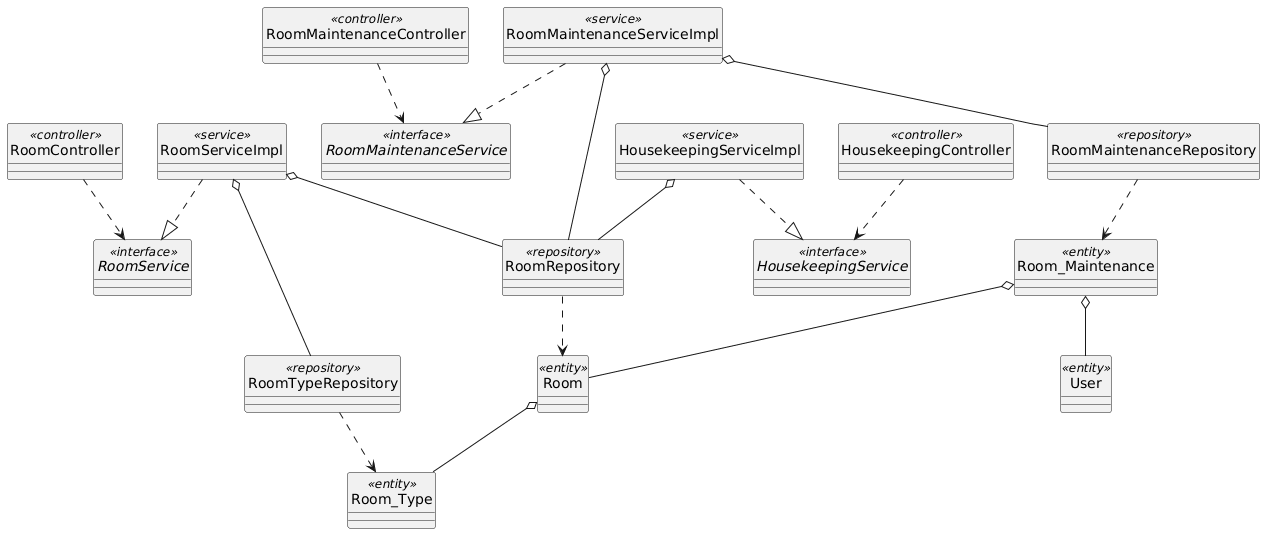
Before: docs/Class + Sequence/class_backend_43_room.png, a diagram exported from PlantUML (hieupeek/sba_doc).
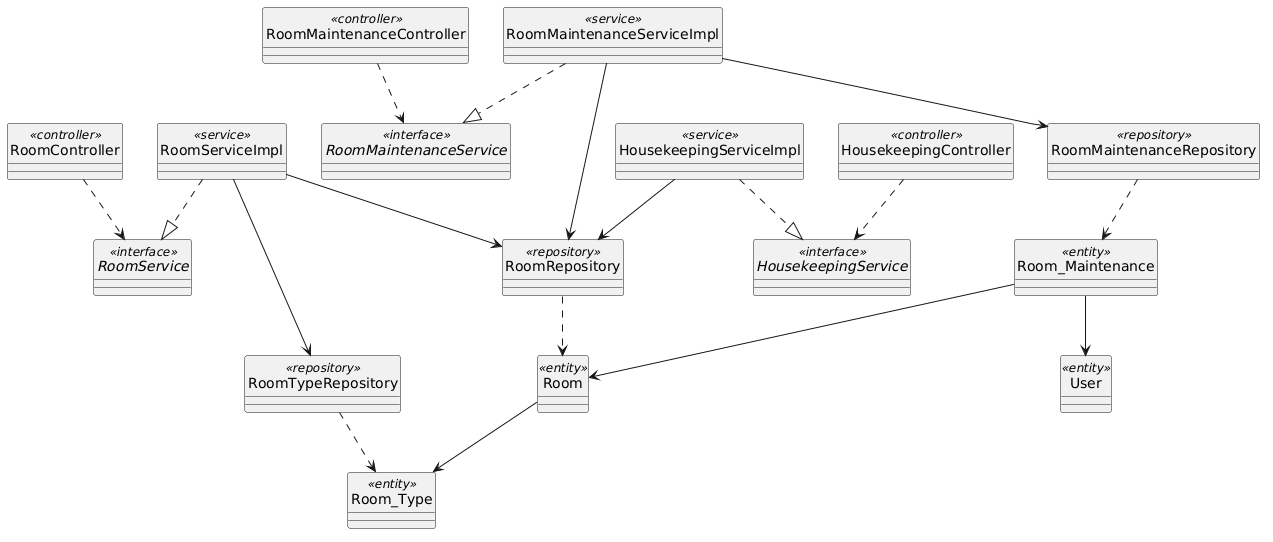
The same file after the commit.

What changed in the source:
```diff
@@ -34,12 +34,13 @@
 RoomTypeRepository ..> Room_Type
 RoomMaintenanceRepository ..> Room_Maintenance
 
-RoomServiceImpl o-- RoomRepository
-RoomServiceImpl o-- RoomTypeRepository
-HousekeepingServiceImpl o-- RoomRepository
-RoomMaintenanceServiceImpl o-- RoomMaintenanceRepository
-RoomMaintenanceServiceImpl o-- RoomRepository
-Room o-- Room_Type
-Room_Maintenance o-- Room
-Room_Maintenance o-- User
+RoomServiceImpl --> RoomRepository
+RoomServiceImpl --> RoomTypeRepository
+HousekeepingServiceImpl --> RoomRepository
+RoomMaintenanceServiceImpl --> RoomMaintenanceRepository
+RoomMaintenanceServiceImpl --> RoomRepository
+Room --> Room_Type
+Room_Maintenance --> Room
+Room_Maintenance --> User
+
 @enduml
```
